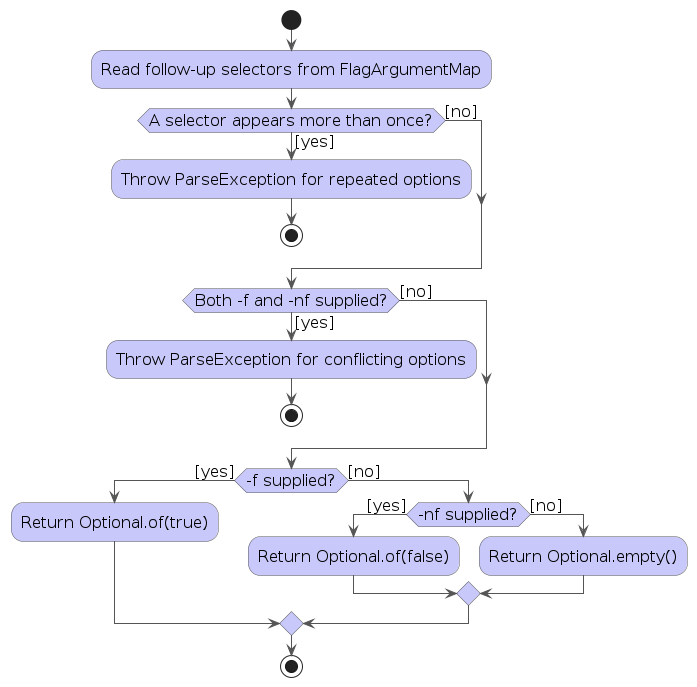
Earlier version of the PlantUML export diagrams/FollowUpStatus.png (AY2627S1-CS2103T-T16-1/tp). Its source is kept beside it as diagrams/FollowUpStatus.puml.
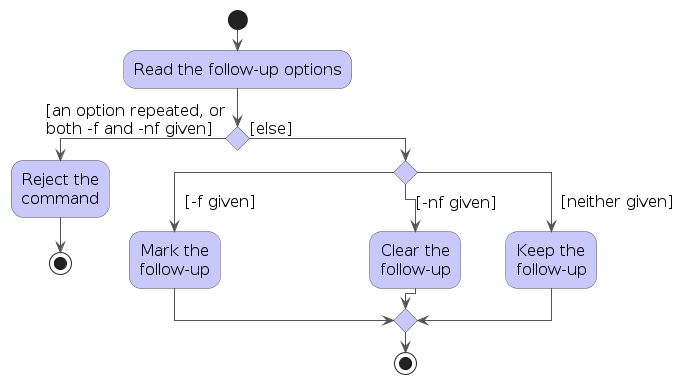
The same diagram one commit later.

Change to the diagram source:
```diff
@@ -6,26 +6,26 @@
 skinparam activityBorderColor #555555
 skinparam arrowColor #555555
 
+
 start
-:Read follow-up selectors from FlagArgumentMap;
-if (A selector appears more than once?) then ([yes])
-  :Throw ParseException for repeated options;
+:Read the follow-up options;
+if () then ([an option repeated, or
+both -f and -nf given])
+  :Reject the
+  command;
   stop
-else ([no])
+else ([else])
+  switch ()
+  case (<U+00A0><U+00A0>[-f given]<U+00A0><U+00A0><U+00A0><U+00A0><U+00A0><U+00A0><U+00A0><U+00A0><U+00A0><U+00A0><U+00A0><U+00A0><U+00A0><U+00A0><U+00A0><U+00A0><U+00A0><U+00A0><U+00A0><U+00A0><U+00A0>)
+    :Mark the
+    follow-up;
+  case (<U+00A0><U+00A0>[-nf given])
+    :Clear the
+    follow-up;
+  case (<U+00A0><U+00A0>[neither given])
+    :Keep the
+    follow-up;
+  endswitch
+  stop
 endif
-if (Both -f and -nf supplied?) then ([yes])
-  :Throw ParseException for conflicting options;
-  stop
-else ([no])
-endif
-if (-f supplied?) then ([yes])
-  :Return Optional.of(true);
-else ([no])
-  if (-nf supplied?) then ([yes])
-    :Return Optional.of(false);
-  else ([no])
-    :Return Optional.empty();
-  endif
-endif
-stop
 @enduml
```
